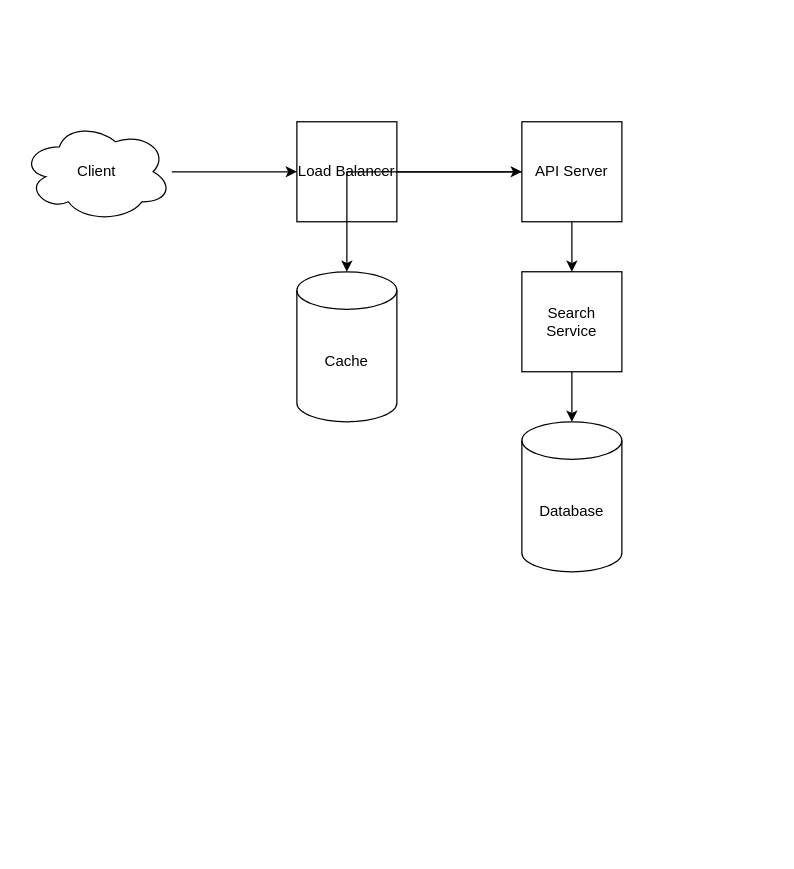
This is system-design/email-archive/email-archive.drawio from tarunbatta/em-prep, a draw.io file, before an edit. Source tidied: cells renumbered, new cells numbered last; positions are measured from the earlier drawing's top-left corner, leaving out a move shared by most shapes. Both pictures are drawn from the tidied source at 125%, with x=0, y=0 at pixel (21, 121).
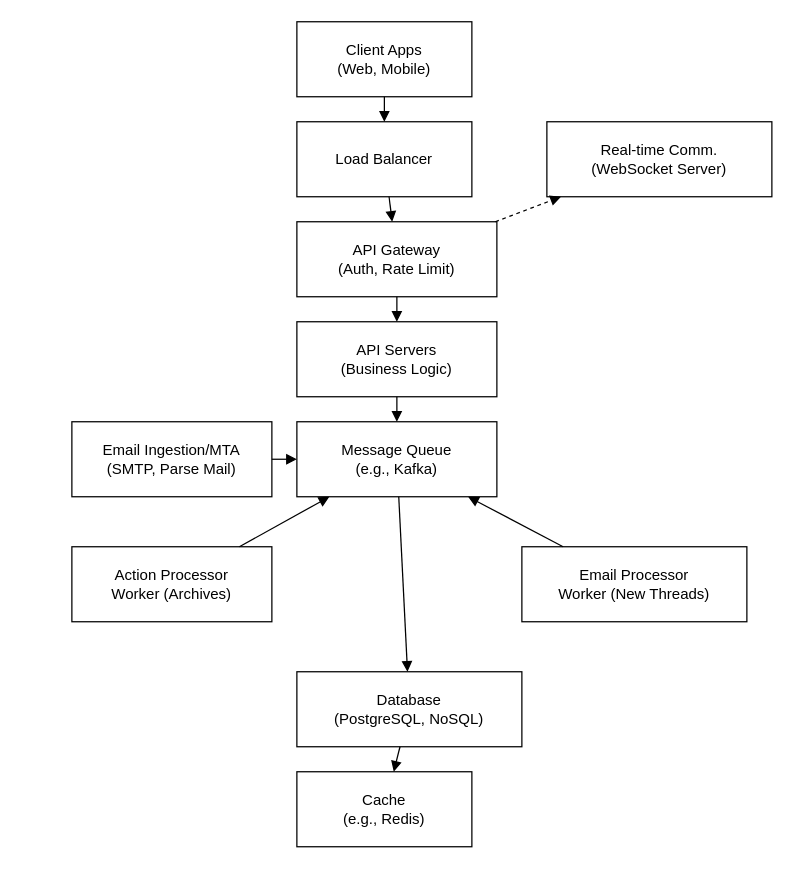
The same diagram, later.

Commit message (it also covers changes not shown here):
added markdown formatting, updated design for rate-limiter and email archive

Diff of the diagram source:
```diff
@@
-    <mxCell id="2" value="Client" style="ellipse;shape=cloud;whiteSpace=wrap;html=1;" parent="1" vertex="1">
-      <mxGeometry y="-0.1" width="120" height="80" as="geometry" />
-    </mxCell>
+    <mxCell id="13" value="Client Apps&#10;(Web, Mobile)" style="shape=rectangle;whiteSpace=wrap;html=1;" parent="1" vertex="1">
+      <mxGeometry x="220" y="-80.1" width="140" height="60" as="geometry" />
+    </mxCell>
-    <mxCell id="3" value="Load Balancer" style="whiteSpace=wrap;html=1;" parent="1" vertex="1">
-      <mxGeometry x="220" y="-0.1" width="80" height="80" as="geometry" />
+    <mxCell id="3" value="Load Balancer" style="shape=rectangle;whiteSpace=wrap;html=1;" parent="1" vertex="1">
+      <mxGeometry x="220" y="-0.1" width="140" height="60" as="geometry" />
     </mxCell>
-    <mxCell id="4" value="API Server" style="whiteSpace=wrap;html=1;" parent="1" vertex="1">
-      <mxGeometry x="400" y="-0.1" width="80" height="80" as="geometry" />
-    </mxCell>
-    <mxCell id="5" value="Search Service" style="whiteSpace=wrap;html=1;" parent="1" vertex="1">
-      <mxGeometry x="400" y="119.9" width="80" height="80" as="geometry" />
-    </mxCell>
-    <mxCell id="6" value="Cache" style="shape=cylinder3;whiteSpace=wrap;html=1;boundedLbl=1;backgroundOutline=1;size=15;" parent="1" vertex="1">
-      <mxGeometry x="220" y="119.9" width="80" height="120" as="geometry" />
-    </mxCell>
-    <mxCell id="7" value="Database" style="shape=cylinder3;whiteSpace=wrap;html=1;boundedLbl=1;backgroundOutline=1;size=15;" parent="1" vertex="1">
-      <mxGeometry x="400" y="239.9" width="80" height="120" as="geometry" />
-    </mxCell>
-    <mxCell id="8" style="edgeStyle=orthogonalEdgeStyle;rounded=0;jettySize=auto;html=1;" parent="1" edge="1" source="2" target="3">
-      <mxGeometry relative="1" as="geometry" />
-    </mxCell>
-    <mxCell id="9" style="edgeStyle=orthogonalEdgeStyle;rounded=0;jettySize=auto;html=1;" parent="1" edge="1" source="3" target="4">
-      <mxGeometry relative="1" as="geometry" />
-    </mxCell>
-    <mxCell id="10" style="edgeStyle=orthogonalEdgeStyle;rounded=0;jettySize=auto;html=1;" parent="1" edge="1" source="4" target="5">
-      <mxGeometry relative="1" as="geometry" />
-    </mxCell>
-    <mxCell id="11" style="edgeStyle=orthogonalEdgeStyle;rounded=0;jettySize=auto;html=1;" parent="1" edge="1" source="4" target="6">
-      <mxGeometry relative="1" as="geometry" />
-    </mxCell>
-    <mxCell id="12" style="edgeStyle=orthogonalEdgeStyle;rounded=0;jettySize=auto;html=1;" parent="1" edge="1" source="5" target="7">
-      <mxGeometry relative="1" as="geometry" />
-    </mxCell>
+    <mxCell id="14" style="endArrow=block;html=1;" parent="1" edge="1" source="13" target="3">
+      <mxGeometry relative="1" as="geometry" />
+    </mxCell>
+    <mxCell id="15" value="API Gateway&#10;(Auth, Rate Limit)" style="shape=rectangle;whiteSpace=wrap;html=1;" parent="1" vertex="1">
+      <mxGeometry x="220" y="79.9" width="160" height="60" as="geometry" />
+    </mxCell>
+    <mxCell id="16" style="endArrow=block;html=1;" parent="1" edge="1" source="3" target="15">
+      <mxGeometry relative="1" as="geometry" />
+    </mxCell>
+    <mxCell id="17" value="Real-time Comm.&#10;(WebSocket Server)" style="shape=rectangle;whiteSpace=wrap;html=1;" parent="1" vertex="1">
+      <mxGeometry x="420" y="-0.1" width="180" height="60" as="geometry" />
+    </mxCell>
+    <mxCell id="18" style="endArrow=block;dashed=1;html=1;" parent="1" edge="1" source="15" target="17">
+      <mxGeometry relative="1" as="geometry" />
+    </mxCell>
+    <mxCell id="19" value="API Servers&#10;(Business Logic)" style="shape=rectangle;whiteSpace=wrap;html=1;" parent="1" vertex="1">
+      <mxGeometry x="220" y="159.9" width="160" height="60" as="geometry" />
+    </mxCell>
+    <mxCell id="20" style="endArrow=block;html=1;" parent="1" edge="1" source="15" target="19">
+      <mxGeometry relative="1" as="geometry" />
+    </mxCell>
+    <mxCell id="21" value="Message Queue&#10;(e.g., Kafka)" style="shape=rectangle;whiteSpace=wrap;html=1;" parent="1" vertex="1">
+      <mxGeometry x="220" y="239.9" width="160" height="60" as="geometry" />
+    </mxCell>
+    <mxCell id="22" style="endArrow=block;html=1;" parent="1" edge="1" source="19" target="21">
+      <mxGeometry relative="1" as="geometry" />
+    </mxCell>
+    <mxCell id="23" value="Email Ingestion/MTA&#10;(SMTP, Parse Mail)" style="shape=rectangle;whiteSpace=wrap;html=1;" parent="1" vertex="1">
+      <mxGeometry x="40" y="239.9" width="160" height="60" as="geometry" />
+    </mxCell>
+    <mxCell id="24" style="endArrow=block;html=1;" parent="1" edge="1" source="23" target="21">
+      <mxGeometry relative="1" as="geometry" />
+    </mxCell>
+    <mxCell id="25" value="Action Processor&#10;Worker (Archives)" style="shape=rectangle;whiteSpace=wrap;html=1;" parent="1" vertex="1">
+      <mxGeometry x="40" y="339.9" width="160" height="60" as="geometry" />
+    </mxCell>
+    <mxCell id="26" style="endArrow=block;html=1;" parent="1" edge="1" source="25" target="21">
+      <mxGeometry relative="1" as="geometry" />
+    </mxCell>
+    <mxCell id="27" value="Email Processor&#10;Worker (New Threads)" style="shape=rectangle;whiteSpace=wrap;html=1;" parent="1" vertex="1">
+      <mxGeometry x="400" y="339.9" width="180" height="60" as="geometry" />
+    </mxCell>
+    <mxCell id="28" style="endArrow=block;html=1;" parent="1" edge="1" source="27" target="21">
+      <mxGeometry relative="1" as="geometry" />
+    </mxCell>
+    <mxCell id="29" value="Database&#10;(PostgreSQL, NoSQL)" style="shape=rectangle;whiteSpace=wrap;html=1;" parent="1" vertex="1">
+      <mxGeometry x="220" y="439.9" width="180" height="60" as="geometry" />
+    </mxCell>
+    <mxCell id="30" style="endArrow=block;html=1;" parent="1" edge="1" source="21" target="29">
+      <mxGeometry relative="1" as="geometry" />
+    </mxCell>
+    <mxCell id="31" value="Cache&#10;(e.g., Redis)" style="shape=rectangle;whiteSpace=wrap;html=1;" parent="1" vertex="1">
+      <mxGeometry x="220" y="519.9" width="140" height="60" as="geometry" />
+    </mxCell>
+    <mxCell id="32" style="endArrow=block;html=1;" parent="1" edge="1" source="29" target="31">
+      <mxGeometry relative="1" as="geometry" />
+    </mxCell>
```
